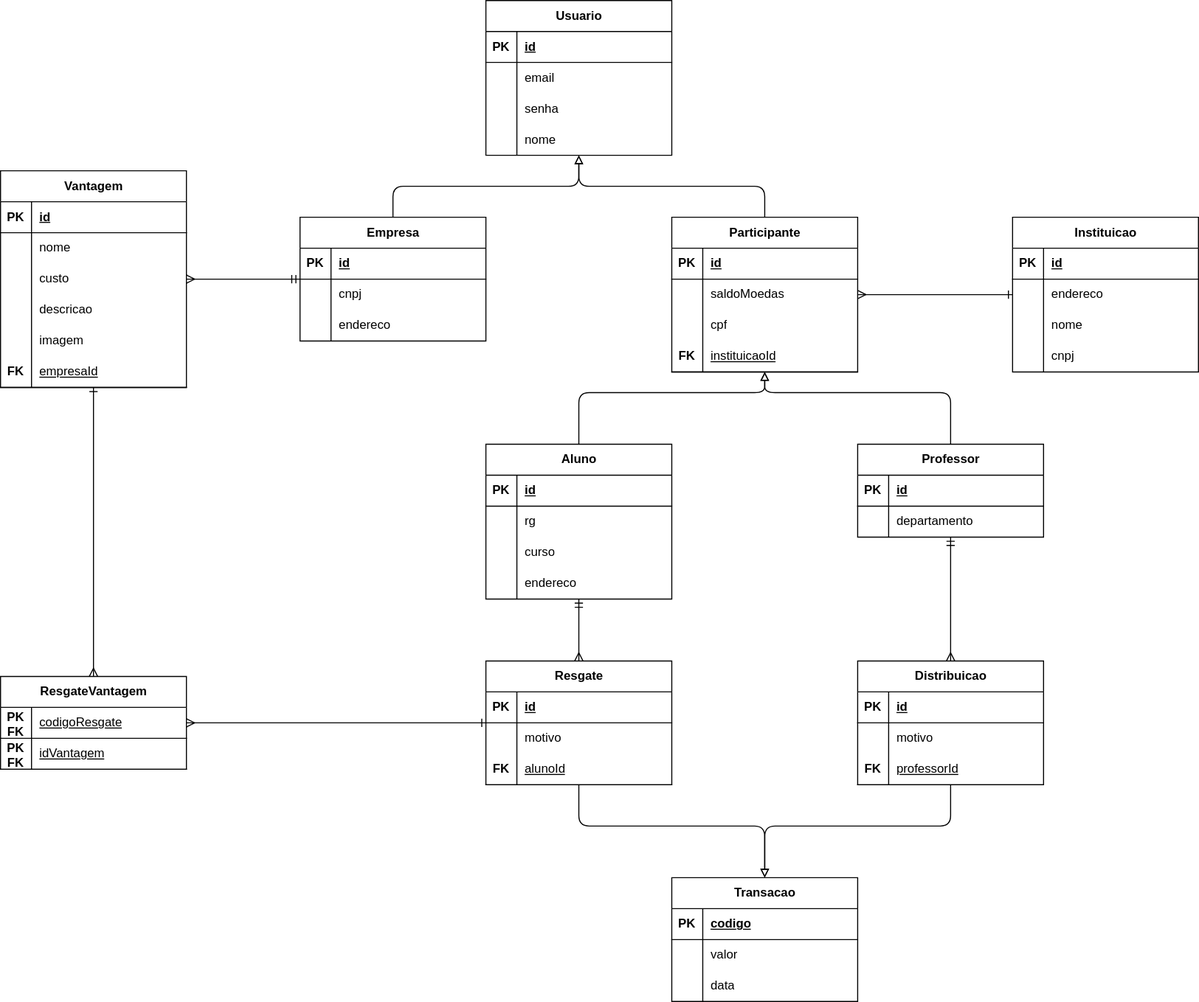
This is projeto/ModeloER.drawio.svg from marcosffp/Sistema-Merito-Digital, a draw.io export, as it was before one commit. Source tidied: cells renumbered, new cells last; positions are measured from the earlier drawing's top-left corner, leaving out a move shared by most shapes.
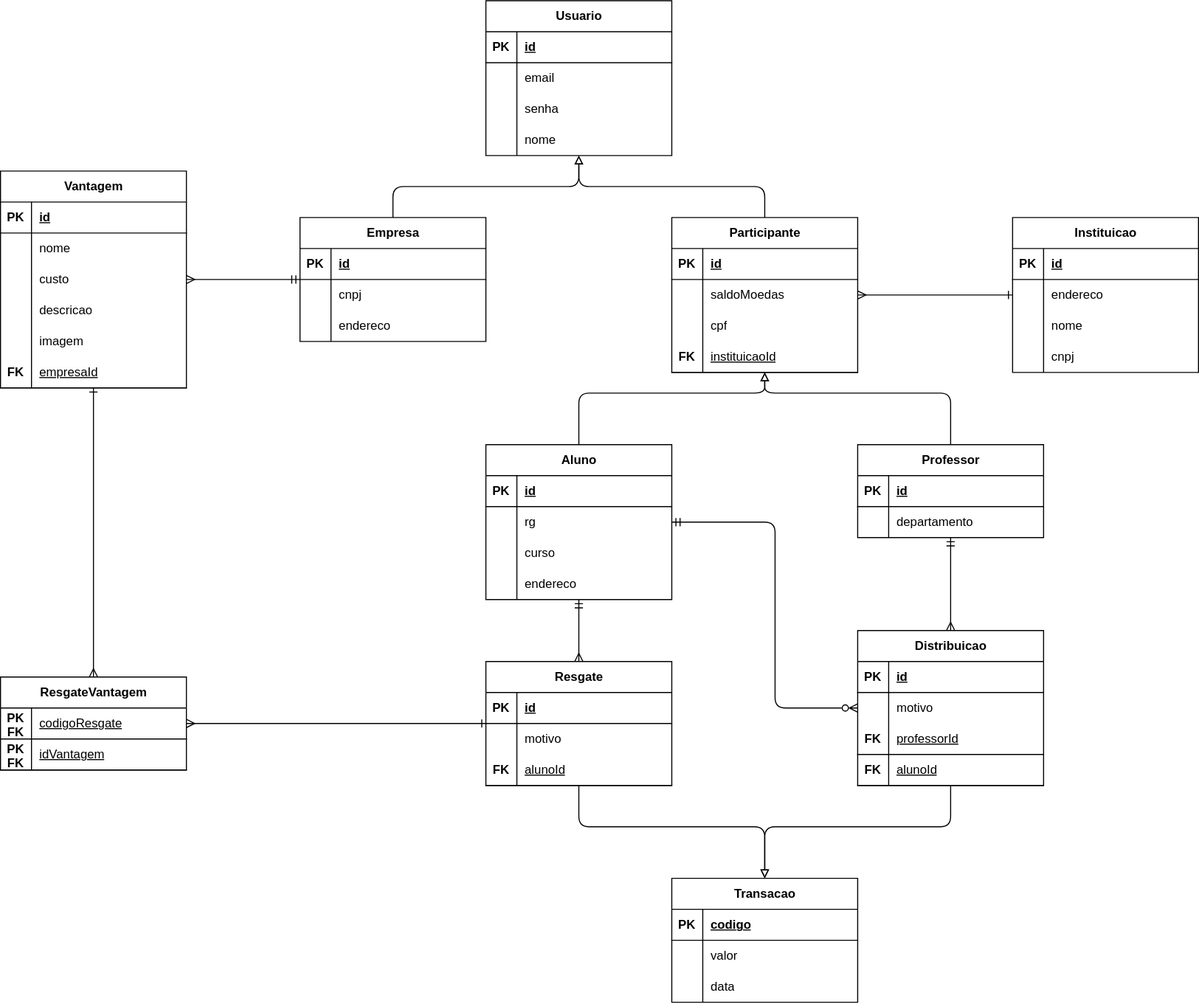
After the commit.

Diff of the diagram source:
```diff
@@ -315,8 +315,16 @@
         </Array>
       </mxGeometry>
     </mxCell>
+    <mxCell id="139" style="edgeStyle=none;html=1;endArrow=ERmandOne;endFill=0;startArrow=ERzeroToMany;startFill=0;" parent="1" edge="1" source="98" target="62">
+      <mxGeometry relative="1" as="geometry">
+        <Array as="points">
+          <mxPoint x="750" y="685" />
+          <mxPoint x="750" y="505" />
+        </Array>
+      </mxGeometry>
+    </mxCell>
     <mxCell id="98" value="Distribuicao" style="shape=table;startSize=30;rowLines=0;fontStyle=1;align=center;html=1;" parent="1" vertex="1">
-      <mxGeometry x="830" y="640" width="180" height="120" as="geometry" />
+      <mxGeometry x="830" y="610" width="180" height="150" as="geometry" />
     </mxCell>
     <mxCell id="99" style="shape=tableRow;horizontal=0;startSize=0;swimlaneHead=0;swimlaneBody=0;fillColor=none;top=0;left=0;right=0;bottom=1;" parent="98" vertex="1">
       <mxGeometry y="30" width="180" height="30" as="geometry" />
@@ -345,6 +353,15 @@
     <mxCell id="107" value="&lt;span style=&quot;font-weight: normal;&quot;&gt;professorId&lt;/span&gt;" style="shape=partialRectangle;fillColor=none;top=0;left=0;bottom=0;right=0;align=left;spacingLeft=6;fontStyle=5;overflow=hidden;whiteSpace=wrap;html=1;" parent="105" vertex="1">
       <mxGeometry x="30" width="150" height="30" as="geometry" />
     </mxCell>
+    <mxCell id="140" style="shape=tableRow;horizontal=0;startSize=0;swimlaneHead=0;swimlaneBody=0;fillColor=none;top=0;left=0;right=0;bottom=1;" parent="98" vertex="1">
+      <mxGeometry y="120" width="180" height="30" as="geometry" />
+    </mxCell>
+    <mxCell id="141" value="FK" style="shape=partialRectangle;fillColor=none;top=0;left=0;bottom=0;right=0;fontStyle=1;overflow=hidden;whiteSpace=wrap;html=1;" parent="140" vertex="1">
+      <mxGeometry width="30" height="30" as="geometry" />
+    </mxCell>
+    <mxCell id="142" value="&lt;span style=&quot;font-weight: normal;&quot;&gt;alunoId&lt;/span&gt;" style="shape=partialRectangle;fillColor=none;top=0;left=0;bottom=0;right=0;align=left;spacingLeft=6;fontStyle=5;overflow=hidden;whiteSpace=wrap;html=1;" parent="140" vertex="1">
+      <mxGeometry x="30" width="150" height="30" as="geometry" />
+    </mxCell>
     <mxCell id="108" style="edgeStyle=none;html=1;endArrow=block;endFill=0;" parent="1" edge="1" source="109" target="120">
       <mxGeometry relative="1" as="geometry">
         <Array as="points">
```
